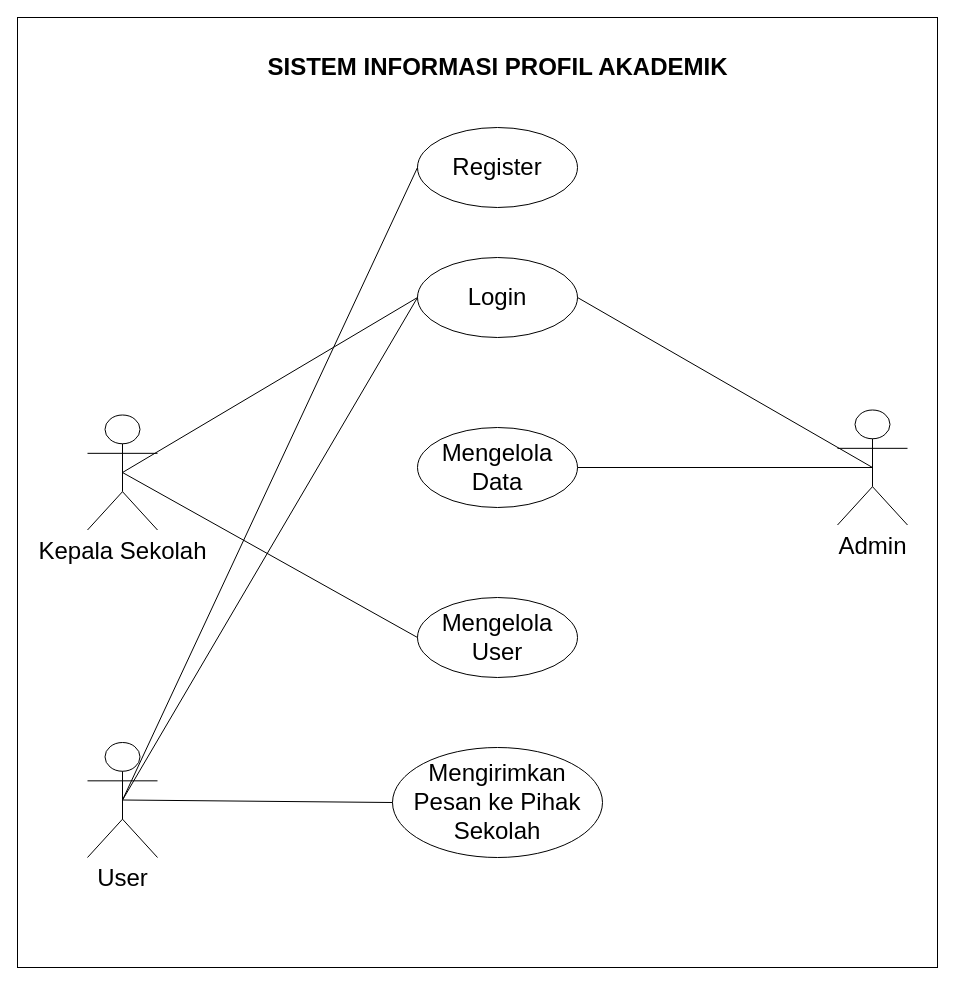
Above: usecase.drawio in AldoGunawan/kp-tapung (draw.io), before the change. Source tidied: cells renumbered, new cells numbered last; positions are measured from the earlier drawing's top-left corner, leaving out a move shared by most shapes. Both pictures are drawn from the tidied source at 100%, with x=0, y=0 at pixel (17, 17).
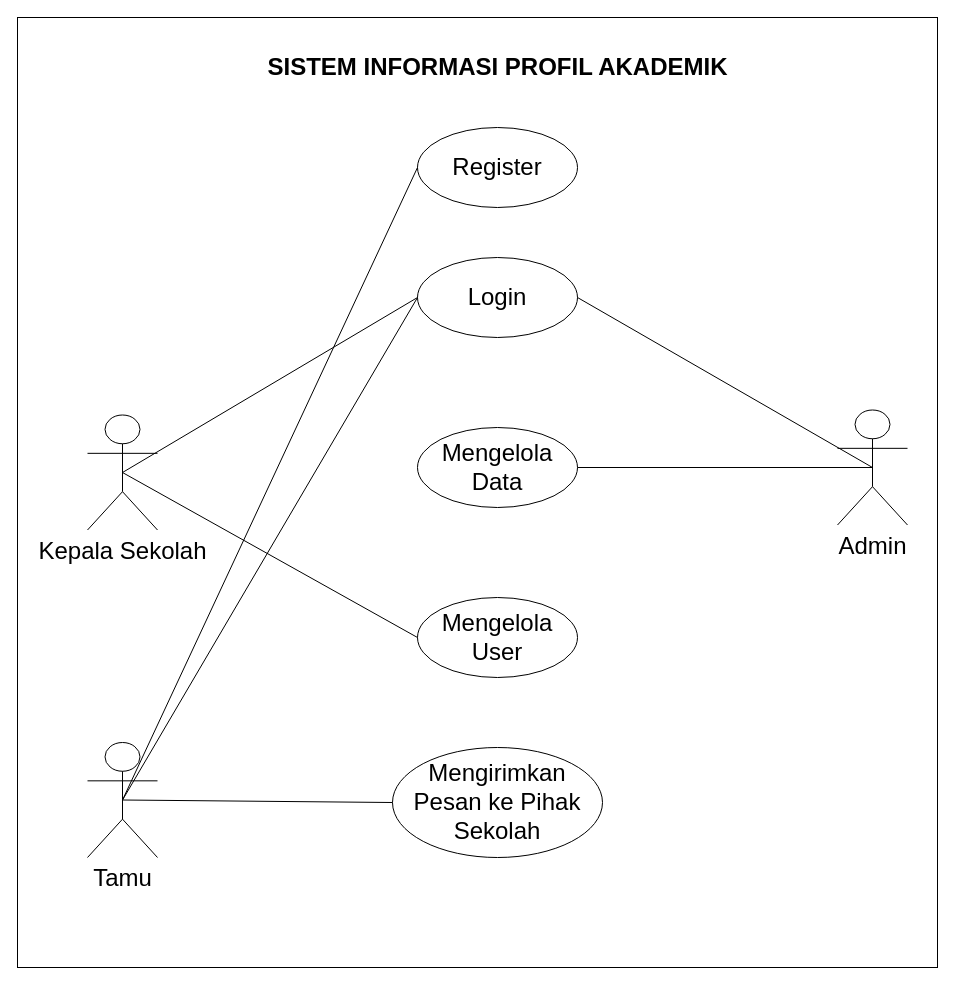
The same page after the edit.

Change to the diagram source:
```diff
@@
 <mxGraphModel>
   <root>
     <mxCell id="0" />
     <mxCell id="1" parent="0" />
     <mxCell id="2" style="rounded=0;whiteSpace=wrap;html=1;" parent="1" vertex="1">
       <mxGeometry width="920" height="950" as="geometry" />
     </mxCell>
     <mxCell id="3" value="SISTEM INFORMASI PROFIL AKADEMIK" style="text;strokeColor=none;fillColor=none;html=1;fontSize=24;fontStyle=1;verticalAlign=middle;align=center;" parent="1" vertex="1">
       <mxGeometry x="235" y="30" width="490" height="40" as="geometry" />
     </mxCell>
     <mxCell id="4" value="&lt;font style=&quot;font-size: 24px;&quot;&gt;Login&lt;/font&gt;" style="ellipse;whiteSpace=wrap;html=1;" parent="1" vertex="1">
       <mxGeometry x="400" y="240" width="160" height="80" as="geometry" />
     </mxCell>
     <mxCell id="5" value="&lt;font style=&quot;font-size: 24px;&quot;&gt;Mengelola Data&lt;/font&gt;" style="ellipse;whiteSpace=wrap;html=1;" parent="1" vertex="1">
       <mxGeometry x="400" y="410" width="160" height="80" as="geometry" />
     </mxCell>
     <mxCell id="6" value="&lt;font style=&quot;font-size: 24px;&quot;&gt;Mengelola User&lt;/font&gt;" style="ellipse;whiteSpace=wrap;html=1;" parent="1" vertex="1">
       <mxGeometry x="400" y="580" width="160" height="80" as="geometry" />
     </mxCell>
     <mxCell id="7" value="&lt;font style=&quot;font-size: 24px;&quot;&gt;Kepala Sekolah&lt;/font&gt;" style="shape=umlActor;verticalLabelPosition=bottom;verticalAlign=top;html=1;outlineConnect=0;" parent="1" vertex="1">
       <mxGeometry x="70" y="397.5" width="70" height="115" as="geometry" />
     </mxCell>
     <mxCell id="8" value="&lt;font style=&quot;font-size: 24px;&quot;&gt;Admin&lt;/font&gt;" style="shape=umlActor;verticalLabelPosition=bottom;verticalAlign=top;html=1;outlineConnect=0;" parent="1" vertex="1">
       <mxGeometry x="820" y="392.5" width="70" height="115" as="geometry" />
     </mxCell>
     <mxCell id="9" style="endArrow=none;html=1;rounded=0;exitX=0.5;exitY=0.5;exitDx=0;exitDy=0;exitPerimeter=0;entryX=0;entryY=0.5;entryDx=0;entryDy=0;startFill=0;" parent="1" edge="1" source="7" target="6">
       <mxGeometry relative="1" as="geometry" />
     </mxCell>
     <mxCell id="10" style="endArrow=none;html=1;rounded=0;exitX=0.5;exitY=0.5;exitDx=0;exitDy=0;exitPerimeter=0;entryX=1;entryY=0.5;entryDx=0;entryDy=0;startFill=0;" parent="1" edge="1" source="8" target="5">
       <mxGeometry relative="1" as="geometry" />
     </mxCell>
     <mxCell id="11" style="endArrow=none;html=1;rounded=0;exitX=0;exitY=0.5;exitDx=0;exitDy=0;entryX=0.5;entryY=0.5;entryDx=0;entryDy=0;entryPerimeter=0;startFill=0;" parent="1" edge="1" source="4" target="7">
       <mxGeometry relative="1" as="geometry" />
     </mxCell>
     <mxCell id="12" style="endArrow=none;html=1;rounded=0;exitX=1;exitY=0.5;exitDx=0;exitDy=0;entryX=0.5;entryY=0.5;entryDx=0;entryDy=0;entryPerimeter=0;startFill=0;" parent="1" edge="1" source="4" target="8">
       <mxGeometry relative="1" as="geometry" />
     </mxCell>
     <mxCell id="13" value="&lt;font style=&quot;font-size: 24px;&quot;&gt;Mengirimkan Pesan ke Pihak Sekolah&lt;/font&gt;" style="ellipse;whiteSpace=wrap;html=1;" parent="1" vertex="1">
       <mxGeometry x="375" y="730" width="210" height="110" as="geometry" />
     </mxCell>
-    <mxCell id="14" value="&lt;font style=&quot;font-size: 24px;&quot;&gt;User&lt;/font&gt;" style="shape=umlActor;verticalLabelPosition=bottom;verticalAlign=top;html=1;outlineConnect=0;" parent="1" vertex="1">
+    <mxCell id="14" value="&lt;span style=&quot;font-size: 24px;&quot;&gt;Tamu&lt;/span&gt;" style="shape=umlActor;verticalLabelPosition=bottom;verticalAlign=top;html=1;outlineConnect=0;" parent="1" vertex="1">
       <mxGeometry x="70" y="725" width="70" height="115" as="geometry" />
     </mxCell>
     <mxCell id="15" style="endArrow=none;html=1;rounded=0;exitX=0.5;exitY=0.5;exitDx=0;exitDy=0;exitPerimeter=0;entryX=0;entryY=0.5;entryDx=0;entryDy=0;startFill=0;" parent="1" edge="1" source="14" target="13">
       <mxGeometry relative="1" as="geometry" />
     </mxCell>
     <mxCell id="16" value="&lt;font style=&quot;font-size: 24px;&quot;&gt;Register&lt;/font&gt;" style="ellipse;whiteSpace=wrap;html=1;" parent="1" vertex="1">
       <mxGeometry x="400" y="110" width="160" height="80" as="geometry" />
     </mxCell>
     <mxCell id="17" style="endArrow=none;html=1;rounded=0;exitX=0.5;exitY=0.5;exitDx=0;exitDy=0;exitPerimeter=0;entryX=0;entryY=0.5;entryDx=0;entryDy=0;startFill=0;" parent="1" edge="1" source="14" target="16">
       <mxGeometry relative="1" as="geometry" />
     </mxCell>
     <mxCell id="18" style="endArrow=none;html=1;rounded=0;exitX=0;exitY=0.5;exitDx=0;exitDy=0;entryX=0.5;entryY=0.5;entryDx=0;entryDy=0;entryPerimeter=0;" parent="1" edge="1" source="4" target="14">
       <mxGeometry relative="1" as="geometry" />
     </mxCell>
   </root>
 </mxGraphModel>
```
